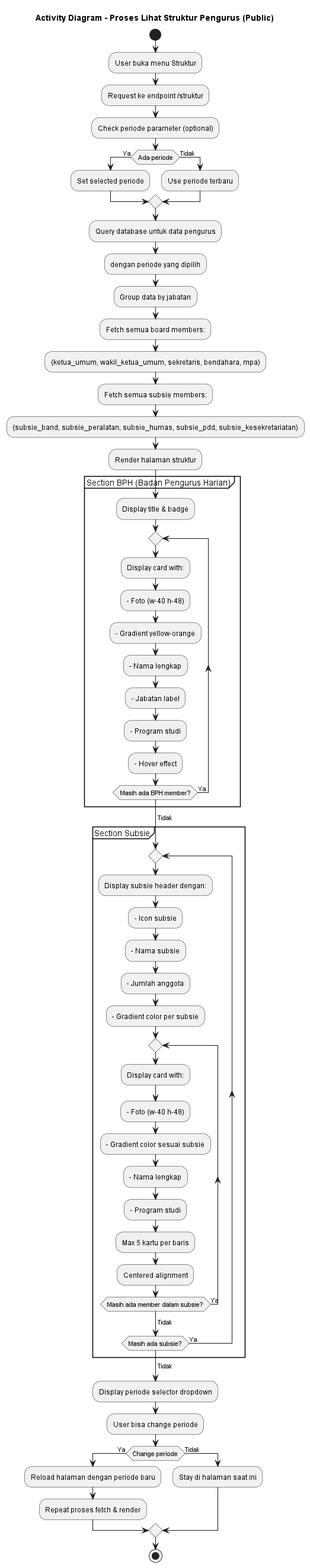
Earlier version of the PlantUML export out/docs/activity-diagrams/06-lihat-struktur-pengurus/Lihat_Struktur_Pengurus.png (RizkyFahrizal/satpals-project).
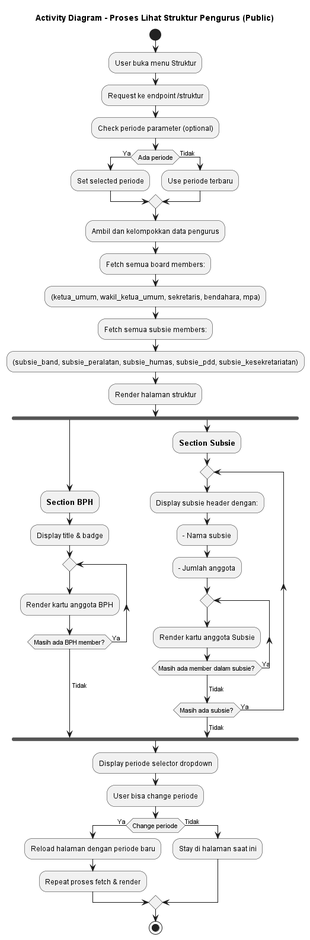
Later version of the same file.

What changed in the source:
```diff
@@ -12,11 +12,9 @@
     :Use periode terbaru;
 endif
 
-:Query database untuk data pengurus;
-:dengan periode yang dipilih;
 
-:Group data by jabatan;
 
+:Ambil dan kelompokkan data pengurus;
 :Fetch semua board members:;
 :(ketua_umum, wakil_ketua_umum, sekretaris, bendahara, mpa);
 
@@ -25,40 +23,28 @@
 
 :Render halaman struktur;
 
-partition "Section BPH (Badan Pengurus Harian)" {
+    fork
+    :=== Section BPH;
+
     :Display title & badge;
     repeat
-        :Display card with:;
-        :- Foto (w-40 h-48);
-        :- Gradient yellow-orange;
-        :- Nama lengkap;
-        :- Jabatan label;
-        :- Program studi;
-        :- Hover effect;
+        :Render kartu anggota BPH;
     repeat while (Masih ada BPH member?) is (Ya)
     ->Tidak;
-}
+fork again
+    :=== Section Subsie;
 
-partition "Section Subsie" {
     repeat
         :Display subsie header dengan:;
-        :- Icon subsie;
         :- Nama subsie;
         :- Jumlah anggota;
-        :- Gradient color per subsie;
         repeat
-            :Display card with:;
-            :- Foto (w-40 h-48);
-            :- Gradient color sesuai subsie;
-            :- Nama lengkap;
-            :- Program studi;
-            :Max 5 kartu per baris;
-            :Centered alignment;
+            :Render kartu anggota Subsie;
         repeat while (Masih ada member dalam subsie?) is (Ya)
         ->Tidak;
     repeat while (Masih ada subsie?) is (Ya)
     ->Tidak;
-}
+end fork
 
 :Display periode selector dropdown;
 
```
